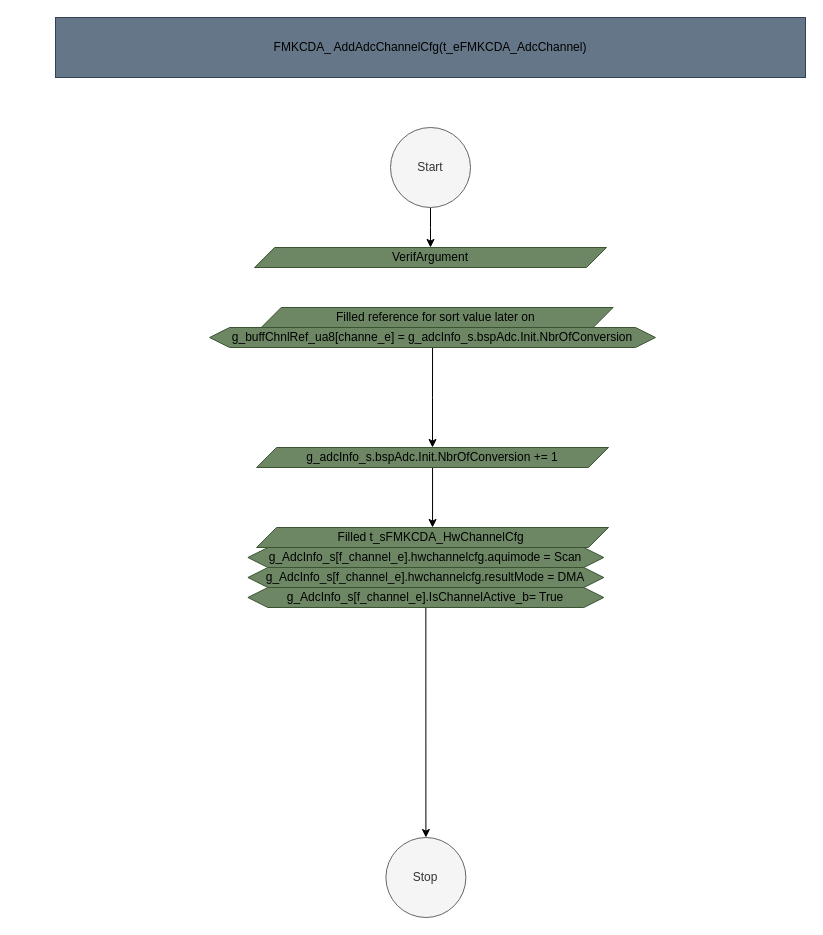
This is page "Func_AddAdcChannelCfg" (5 of 8) of src/1_FMK/FMK_HAL/FMK_CDA/Doc/FMK_CDA.drawio from mbarbeau0545/Stm32PrjTpl, a draw.io file, before an edit. Source tidied: cells renumbered, new cells numbered last; positions are measured from the earlier drawing's top-left corner, leaving out a move shared by most shapes. Both pictures are drawn from the tidied source at 100%, with x=0, y=0 at pixel (55, 17).
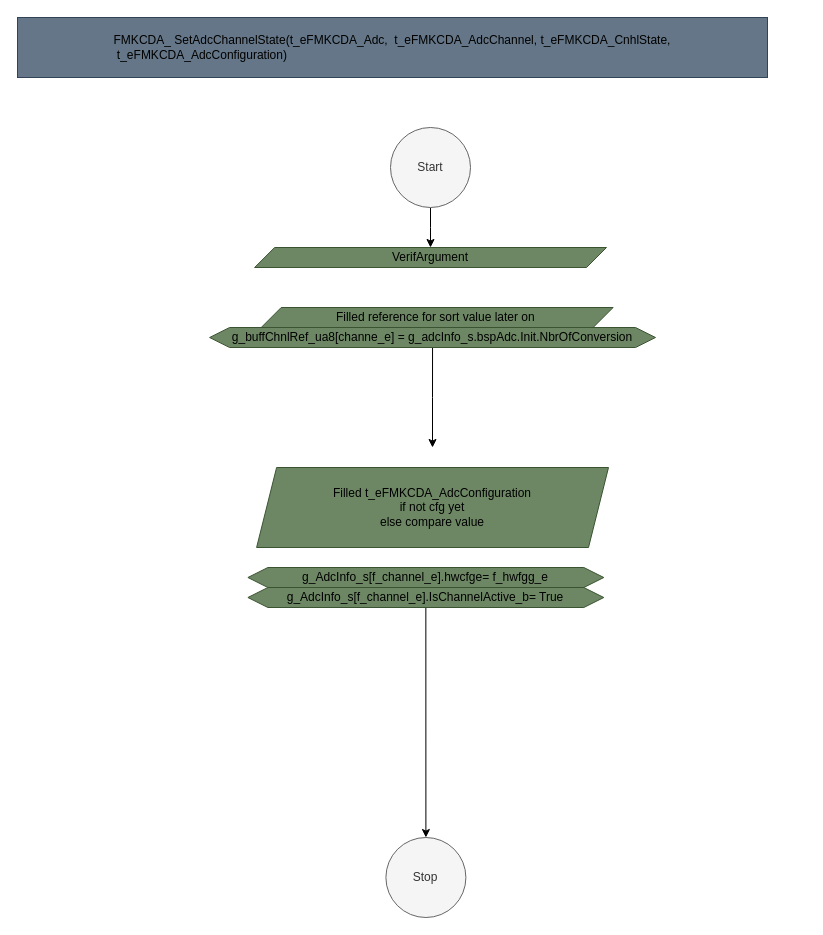
The same page after the edit.

What changed in the source:
```diff
@@
 <mxGraphModel>
   <root>
     <mxCell id="0" />
     <mxCell id="1" parent="0" />
-    <mxCell id="2" value="&lt;div style=&quot;color: rgb(0, 0, 0); text-align: left;&quot;&gt;&lt;span style=&quot;background-color: initial;&quot;&gt;FMK&lt;span style=&quot;text-wrap: nowrap;&quot;&gt;CDA_ AddAdcChannelCfg(t_eFMKCDA_AdcChannel&lt;/span&gt;&lt;/span&gt;&lt;span style=&quot;text-wrap: nowrap; background-color: initial;&quot;&gt;)&lt;/span&gt;&lt;br&gt;&lt;/div&gt;" style="rounded=0;whiteSpace=wrap;html=1;fillColor=#647687;fontColor=#ffffff;strokeColor=#314354;" parent="1" vertex="1">
-      <mxGeometry width="750" height="60" as="geometry" />
+    <mxCell id="2" value="&lt;div style=&quot;color: rgb(0, 0, 0); text-align: left;&quot;&gt;&lt;div&gt;&lt;span style=&quot;background-color: initial;&quot;&gt;FMK&lt;span style=&quot;text-wrap: nowrap;&quot;&gt;CDA_ SetAdcChannelState(&lt;/span&gt;&lt;/span&gt;&lt;span style=&quot;text-wrap: nowrap; background-color: initial;&quot;&gt;t_eFMKCDA_Adc,&amp;nbsp;&lt;/span&gt;&lt;span style=&quot;background-color: initial;&quot;&gt;&lt;span style=&quot;text-wrap: nowrap;&quot;&gt;&amp;nbsp;t_eFMKCDA_AdcChannel, t_eFMKCDA_CnhlState,&lt;/span&gt;&lt;/span&gt;&lt;/div&gt;&lt;div&gt;&lt;span style=&quot;background-color: initial;&quot;&gt;&lt;span style=&quot;text-wrap: nowrap;&quot;&gt;&amp;nbsp;t_eFMKCDA_AdcConfiguration&lt;/span&gt;&lt;/span&gt;&lt;span style=&quot;background-color: initial; text-wrap: nowrap;&quot;&gt;)&lt;/span&gt;&lt;/div&gt;&lt;/div&gt;" style="rounded=0;whiteSpace=wrap;html=1;fillColor=#647687;fontColor=#ffffff;strokeColor=#314354;" parent="1" vertex="1">
+      <mxGeometry x="-38" width="750" height="60" as="geometry" />
     </mxCell>
     <mxCell id="3" style="edgeStyle=orthogonalEdgeStyle;rounded=0;jettySize=auto;html=1;exitX=0.5;exitY=1;exitDx=0;exitDy=0;" parent="1" edge="1" source="4" target="6">
       <mxGeometry relative="1" as="geometry" />
     </mxCell>
     <mxCell id="4" value="Start" style="ellipse;whiteSpace=wrap;html=1;fillColor=#f5f5f5;fontColor=#333333;strokeColor=#666666;" parent="1" vertex="1">
       <mxGeometry x="335" y="110" width="80" height="80" as="geometry" />
     </mxCell>
     <mxCell id="5" value="Stop" style="ellipse;whiteSpace=wrap;html=1;fillColor=#f5f5f5;fontColor=#333333;strokeColor=#666666;" parent="1" vertex="1">
       <mxGeometry x="330.4" y="820" width="80" height="80" as="geometry" />
     </mxCell>
     <mxCell id="6" value="VerifArgument" style="shape=parallelogram;perimeter=parallelogramPerimeter;whiteSpace=wrap;html=1;fixedSize=1;fillColor=#6d8764;fontColor=#000000;strokeColor=#3A5431;" parent="1" vertex="1">
       <mxGeometry x="199.1" y="230" width="351.9" height="20" as="geometry" />
     </mxCell>
-    <mxCell id="7" style="edgeStyle=orthogonalEdgeStyle;rounded=0;jettySize=auto;html=1;exitX=0.5;exitY=1;exitDx=0;exitDy=0;entryX=0.5;entryY=0;entryDx=0;entryDy=0;" parent="1" edge="1" source="8" target="9">
-      <mxGeometry relative="1" as="geometry" />
+    <mxCell id="7" style="edgeStyle=orthogonalEdgeStyle;rounded=0;jettySize=auto;html=1;exitX=0.5;exitY=1;exitDx=0;exitDy=0;entryX=0.5;entryY=0;entryDx=0;entryDy=0;" parent="1" edge="1" target="9">
+      <mxGeometry relative="1" as="geometry">
+        <mxPoint x="377" y="450" as="sourcePoint" />
+      </mxGeometry>
     </mxCell>
-    <mxCell id="8" value="g_adcInfo_s.bspAdc.Init.NbrOfConversion += 1" style="shape=parallelogram;perimeter=parallelogramPerimeter;whiteSpace=wrap;html=1;fixedSize=1;fillColor=#6d8764;fontColor=#000000;strokeColor=#3A5431;" parent="1" vertex="1">
-      <mxGeometry x="201.1" y="430" width="351.9" height="20" as="geometry" />
-    </mxCell>
-    <mxCell id="9" value="Filled&amp;nbsp;&lt;span style=&quot;text-align: left; text-wrap: nowrap;&quot;&gt;t_sFMKCDA_HwChannelCfg&lt;font size=&quot;1&quot;&gt;&amp;nbsp;&lt;/font&gt;&lt;/span&gt;" style="shape=parallelogram;perimeter=parallelogramPerimeter;whiteSpace=wrap;html=1;fixedSize=1;fillColor=#6d8764;fontColor=#000000;strokeColor=#3A5431;" parent="1" vertex="1">
-      <mxGeometry x="201.1" y="510" width="351.9" height="20" as="geometry" />
+    <mxCell id="9" value="Filled&amp;nbsp;&lt;span style=&quot;text-align: left; text-wrap: nowrap;&quot;&gt;t_eFMKCDA_AdcConfiguration&lt;/span&gt;&lt;div&gt;&lt;span style=&quot;text-align: left; text-wrap: nowrap;&quot;&gt;if not cfg yet&lt;/span&gt;&lt;/div&gt;&lt;div&gt;&lt;span style=&quot;text-align: left; text-wrap: nowrap;&quot;&gt;else compare value&lt;/span&gt;&lt;/div&gt;" style="shape=parallelogram;perimeter=parallelogramPerimeter;whiteSpace=wrap;html=1;fixedSize=1;fillColor=#6d8764;fontColor=#000000;strokeColor=#3A5431;" parent="1" vertex="1">
+      <mxGeometry x="201.1" y="450" width="351.9" height="80" as="geometry" />
     </mxCell>
-    <mxCell id="10" value="g_AdcInfo_s[f_channel_e].hwchannelcfg.aquimode = Scan" style="shape=hexagon;perimeter=hexagonPerimeter2;whiteSpace=wrap;html=1;fixedSize=1;fillColor=#6d8764;strokeColor=#3A5431;fontColor=#000000;" parent="1" vertex="1">
-      <mxGeometry x="192.4" y="530" width="355.9" height="20" as="geometry" />
-    </mxCell>
-    <mxCell id="11" value="g_AdcInfo_s[f_channel_e].hwchannelcfg.resultMode = DMA" style="shape=hexagon;perimeter=hexagonPerimeter2;whiteSpace=wrap;html=1;fixedSize=1;fillColor=#6d8764;strokeColor=#3A5431;fontColor=#000000;" parent="1" vertex="1">
+    <mxCell id="11" value="g_AdcInfo_s[f_channel_e].hwcfge= f_hwfgg_e" style="shape=hexagon;perimeter=hexagonPerimeter2;whiteSpace=wrap;html=1;fixedSize=1;fillColor=#6d8764;strokeColor=#3A5431;fontColor=#000000;" parent="1" vertex="1">
       <mxGeometry x="192.4" y="550" width="355.9" height="20" as="geometry" />
     </mxCell>
     <mxCell id="12" style="edgeStyle=orthogonalEdgeStyle;rounded=0;jettySize=auto;html=1;exitX=0.5;exitY=1;exitDx=0;exitDy=0;" parent="1" edge="1" source="13" target="5">
       <mxGeometry relative="1" as="geometry" />
     </mxCell>
     <mxCell id="13" value="g_AdcInfo_s[f_channel_e].&lt;span style=&quot;text-align: left;&quot;&gt;IsChannelActive_b&lt;/span&gt;= True" style="shape=hexagon;perimeter=hexagonPerimeter2;whiteSpace=wrap;html=1;fixedSize=1;fillColor=#6d8764;strokeColor=#3A5431;fontColor=#000000;" parent="1" vertex="1">
       <mxGeometry x="192.4" y="570" width="355.9" height="20" as="geometry" />
     </mxCell>
     <mxCell id="14" value="&lt;div style=&quot;text-align: left;&quot;&gt;&lt;span style=&quot;background-color: initial;&quot;&gt;Filled &lt;span style=&quot;text-wrap: nowrap;&quot;&gt;reference for sort value later on&amp;nbsp;&lt;/span&gt;&lt;/span&gt;&lt;/div&gt;" style="shape=parallelogram;perimeter=parallelogramPerimeter;whiteSpace=wrap;html=1;fixedSize=1;fillColor=#6d8764;fontColor=#000000;strokeColor=#3A5431;" parent="1" vertex="1">
       <mxGeometry x="205.7" y="290" width="351.9" height="20" as="geometry" />
     </mxCell>
-    <mxCell id="15" style="edgeStyle=orthogonalEdgeStyle;rounded=0;jettySize=auto;html=1;exitX=0.5;exitY=1;exitDx=0;exitDy=0;" parent="1" edge="1" source="16" target="8">
-      <mxGeometry relative="1" as="geometry" />
+    <mxCell id="15" style="edgeStyle=orthogonalEdgeStyle;rounded=0;jettySize=auto;html=1;exitX=0.5;exitY=1;exitDx=0;exitDy=0;" parent="1" edge="1" source="16">
+      <mxGeometry relative="1" as="geometry">
+        <mxPoint x="377" y="430" as="targetPoint" />
+      </mxGeometry>
     </mxCell>
     <mxCell id="16" value="&lt;span style=&quot;text-align: left; text-wrap: nowrap;&quot;&gt;g_buffChnlRef_ua8[channe_e] =&amp;nbsp;&lt;/span&gt;g_adcInfo_s.bspAdc.Init.NbrOfConversion" style="shape=hexagon;perimeter=hexagonPerimeter2;whiteSpace=wrap;html=1;fixedSize=1;fillColor=#6d8764;strokeColor=#3A5431;fontColor=#000000;" parent="1" vertex="1">
       <mxGeometry x="154.1" y="310" width="445.9" height="20" as="geometry" />
     </mxCell>
   </root>
 </mxGraphModel>
```
